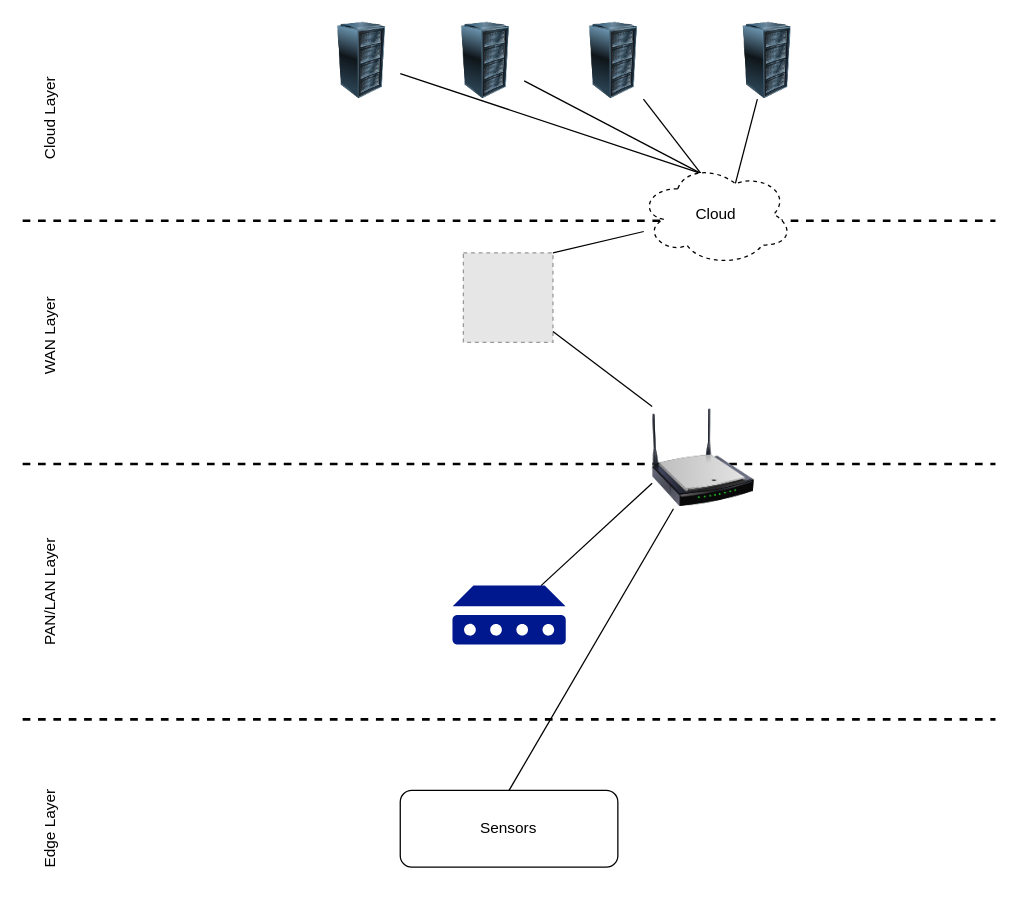
This is page "LayersView" (2 of 2) of notes/ArchitecturalDiagrams.drawio from aniruddhand/ciot-capstone, a draw.io file, before an edit. Source tidied: cells renumbered, new cells numbered last; positions are measured from the earlier drawing's top-left corner, leaving out a move shared by most shapes. Both pictures are drawn from the tidied source at 128%, with x=0, y=0 at pixel (-14, 22). Pictures stored in the file or linked from it are replaced by grey dashed boxes.
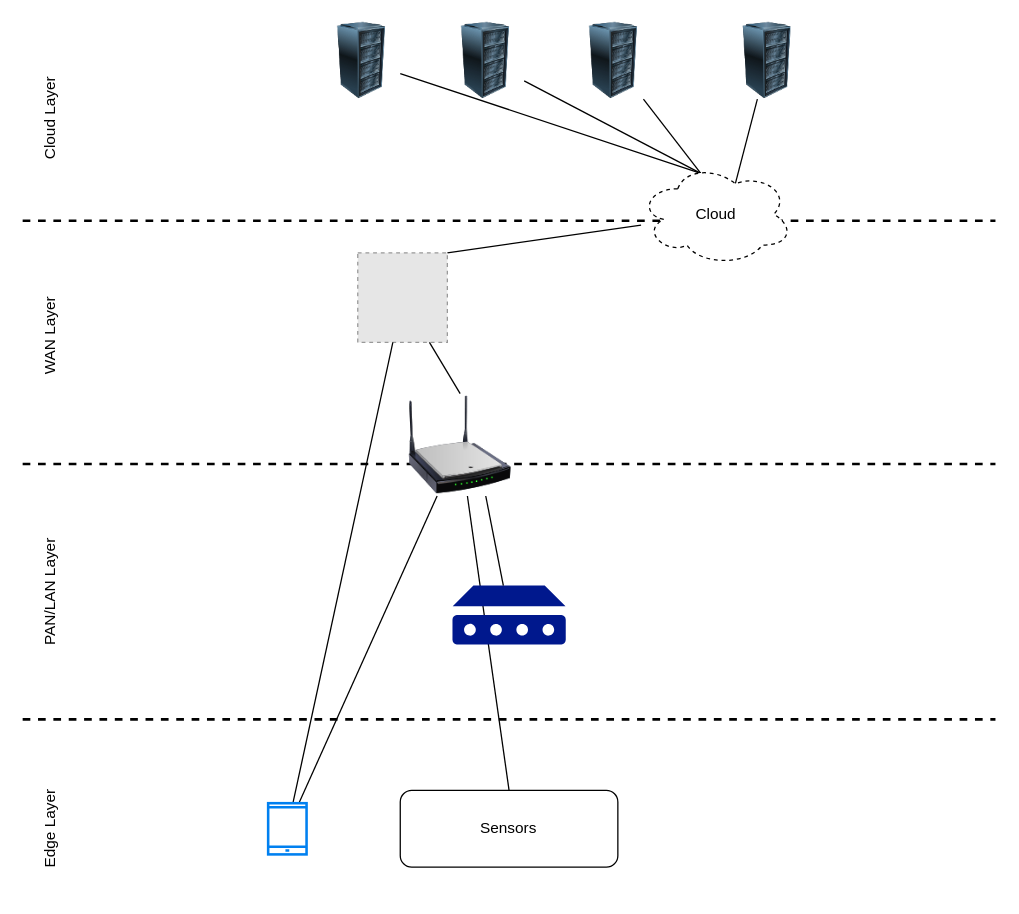
The same page after the edit.

Commit message:
Added smart phone device

The change refers to these unchanged cells:
```xml
<mxCell id="5" style="sketch=0;shadow=0;dashed=0;html=1;strokeColor=none;labelPosition=center;verticalLabelPosition=bottom;verticalAlign=top;align=center;fillColor=#00188D;shape=mxgraph.mscae.enterprise.device;" parent="1" vertex="1">
  <mxGeometry x="364" y="440" width="88.5" height="46" as="geometry" />
</mxCell>
```

What changed in the source:
```diff
@@
     <mxCell id="8" style="fillColor=#E6E6E6;strokeColor=#999999;dashed=1;html=1;verticalAlign=top;verticalLabelPosition=bottom;labelBackgroundColor=#ffffff;" parent="1" vertex="1">
-      <mxGeometry x="372.5" y="180" width="70" height="70" as="geometry" />
+      <mxGeometry x="290" y="180" width="70" height="70" as="geometry" />
     </mxCell>
@@
-    <mxCell id="19" style="edgeStyle=none;rounded=0;jettySize=auto;html=1;exitX=0;exitY=0.75;exitDx=0;exitDy=0;endArrow=none;endFill=0;" parent="1" edge="1" source="21" target="5">
+    <mxCell id="19" style="edgeStyle=none;rounded=0;jettySize=auto;html=1;exitX=0.75;exitY=1;exitDx=0;exitDy=0;endArrow=none;endFill=0;" parent="1" edge="1" source="21" target="5">
       <mxGeometry relative="1" as="geometry" />
     </mxCell>
-    <mxCell id="20" style="edgeStyle=none;rounded=0;jettySize=auto;html=1;exitX=0;exitY=0;exitDx=0;exitDy=0;endArrow=none;endFill=0;" parent="1" edge="1" source="21" target="8">
+    <mxCell id="20" style="edgeStyle=none;rounded=0;jettySize=auto;html=1;exitX=0.5;exitY=0;exitDx=0;exitDy=0;endArrow=none;endFill=0;" parent="1" edge="1" source="21" target="8">
       <mxGeometry relative="1" as="geometry" />
     </mxCell>
     <mxCell id="21" style="image;html=1;image=img/lib/clip_art/networking/Wireless_Router_N_128x128.png;dashed=1;imageBackground=none;" parent="1" vertex="1">
-      <mxGeometry x="520" y="300" width="80" height="80" as="geometry" />
+      <mxGeometry x="330" y="290" width="80" height="80" as="geometry" />
     </mxCell>
@@
+    <mxCell id="26" style="edgeStyle=none;rounded=0;jettySize=auto;html=1;endArrow=none;endFill=0;" parent="1" edge="1" source="28" target="21">
+      <mxGeometry relative="1" as="geometry" />
+    </mxCell>
+    <mxCell id="27" style="edgeStyle=none;rounded=0;jettySize=auto;html=1;endArrow=none;endFill=0;" parent="1" edge="1" source="28" target="8">
+      <mxGeometry relative="1" as="geometry" />
+    </mxCell>
+    <mxCell id="28" style="html=1;verticalLabelPosition=bottom;align=center;labelBackgroundColor=#ffffff;verticalAlign=top;strokeWidth=2;strokeColor=#0080F0;shadow=0;dashed=0;shape=mxgraph.ios7.icons.smartphone;" parent="1" vertex="1">
+      <mxGeometry x="220" y="610" width="30" height="40" as="geometry" />
+    </mxCell>
```
